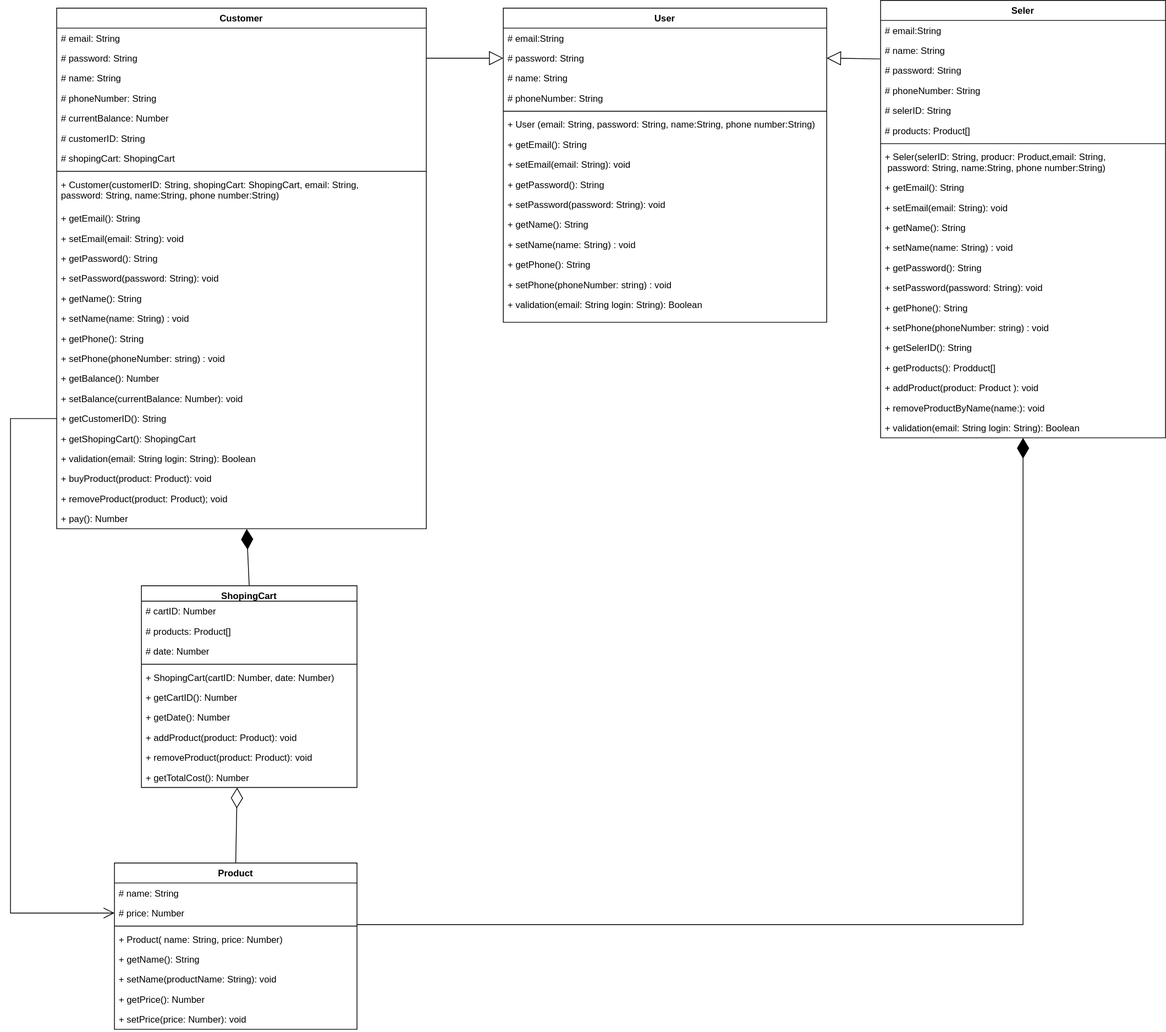
This is Untitled Diagram.drawio.svg from artemhoriuk1994/CV, a draw.io export, as it was before one commit. Source tidied: cells renumbered, new cells last; positions are measured from the earlier drawing's top-left corner, leaving out a move shared by most shapes.
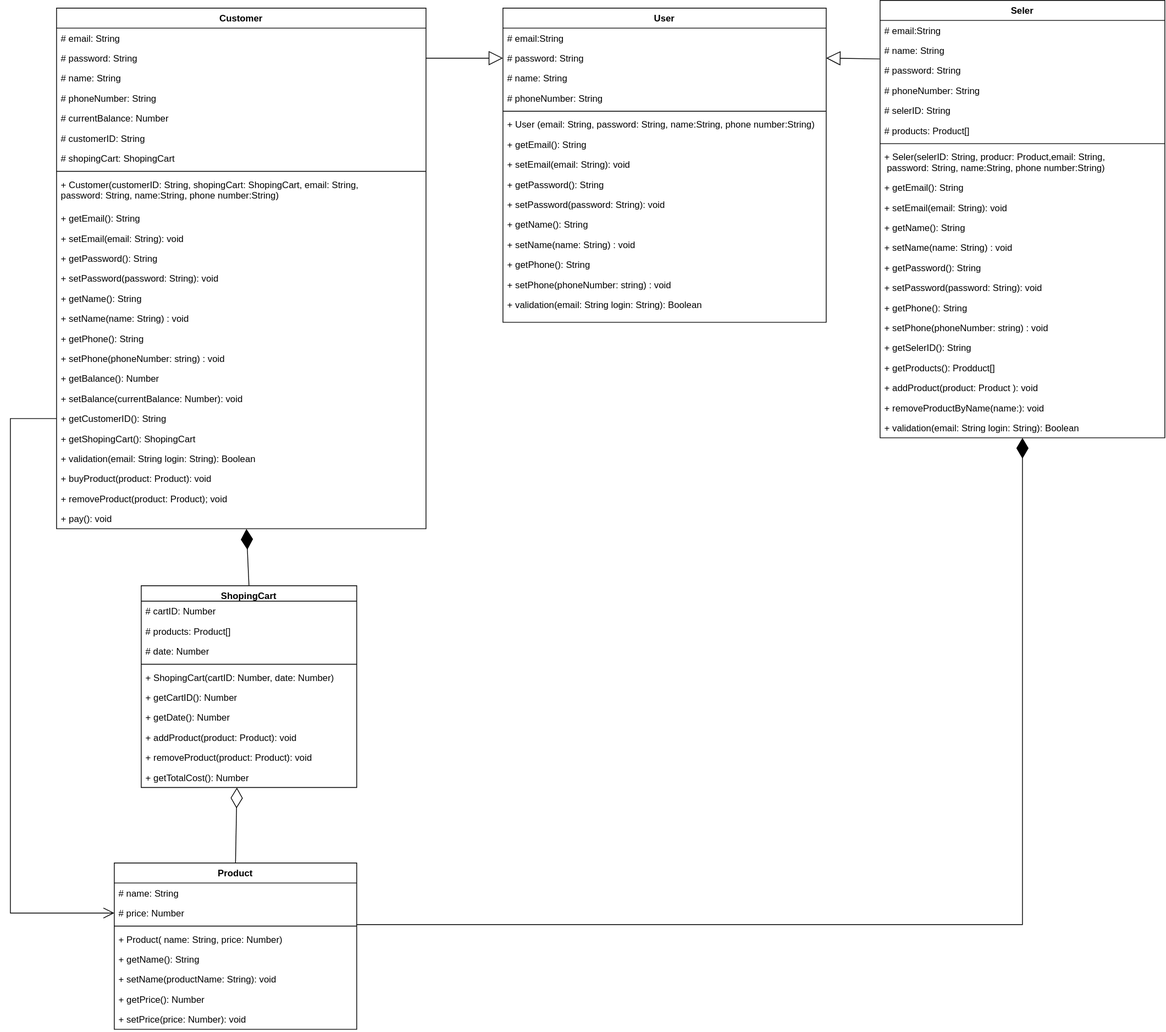
The same diagram one commit later.

Diff of the diagram source:
```diff
@@ -125,7 +125,7 @@
     <mxCell id="42" value="+ removeProduct(product: Product); void" style="text;strokeColor=none;fillColor=none;align=left;verticalAlign=top;spacingLeft=4;spacingRight=4;overflow=hidden;" parent="18" vertex="1">
       <mxGeometry y="624" width="480" height="26" as="geometry" />
     </mxCell>
-    <mxCell id="43" value="+ pay(): Number" style="text;strokeColor=none;fillColor=none;align=left;verticalAlign=top;spacingLeft=4;spacingRight=4;overflow=hidden;points=[[0,0.5],[1,0.5]];portConstraint=eastwest;" parent="18" vertex="1">
+    <mxCell id="43" value="+ pay(): void" style="text;strokeColor=none;fillColor=none;align=left;verticalAlign=top;spacingLeft=4;spacingRight=4;overflow=hidden;points=[[0,0.5],[1,0.5]];portConstraint=eastwest;" parent="18" vertex="1">
       <mxGeometry y="650" width="480" height="26" as="geometry" />
     </mxCell>
     <mxCell id="44" value="Product" style="swimlane;fontStyle=1;align=center;verticalAlign=top;horizontal=1;startSize=26;" parent="1" vertex="1">
```
